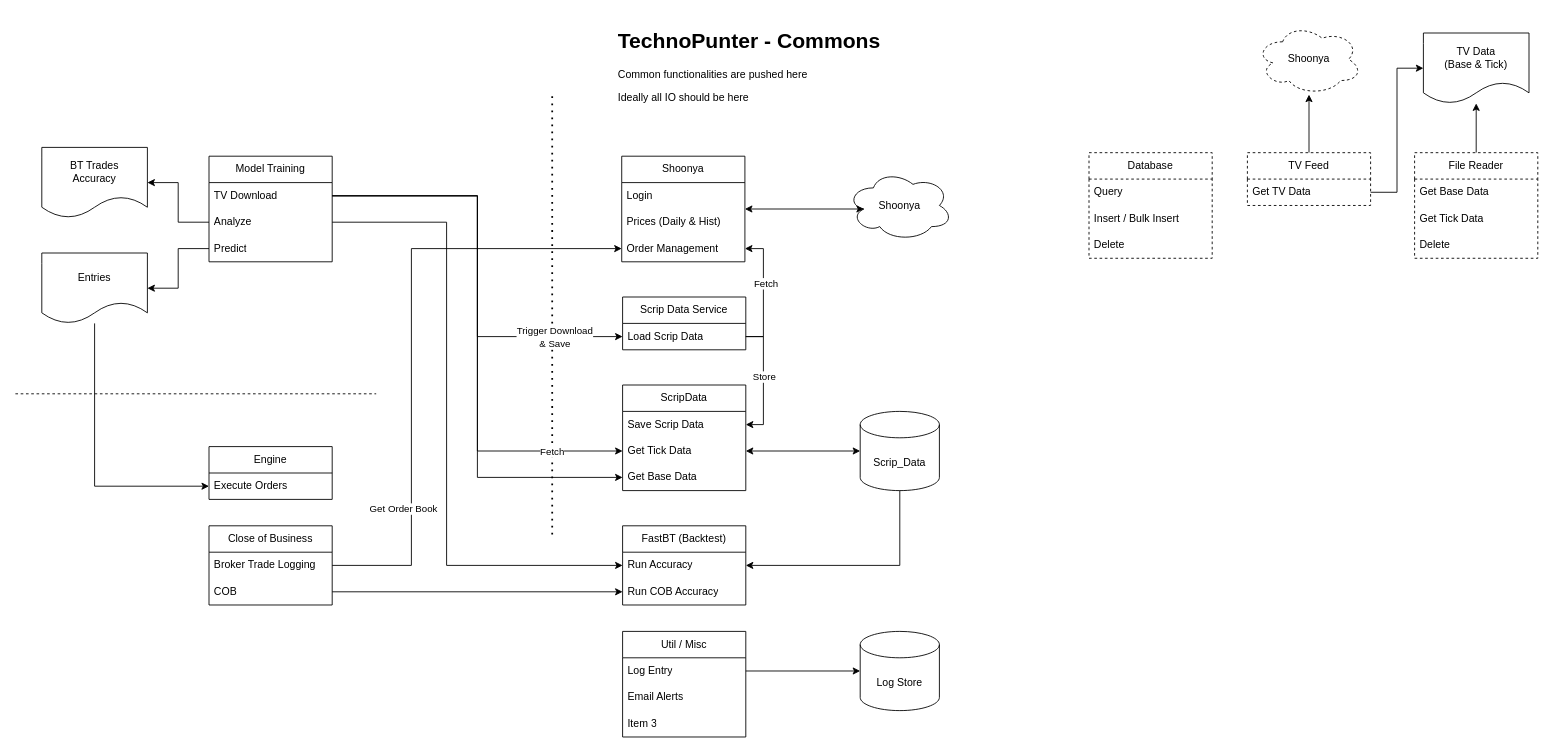
Earlier version of the draw.io diagram Techno Punter System Design.drawio (TechnoPunter/docs). Source tidied: cells renumbered, new cells numbered last; positions are measured from the earlier drawing's top-left corner, leaving out a move shared by most shapes. Both pictures are drawn from the tidied source at 88%, with x=0, y=0 at pixel (15, 24).
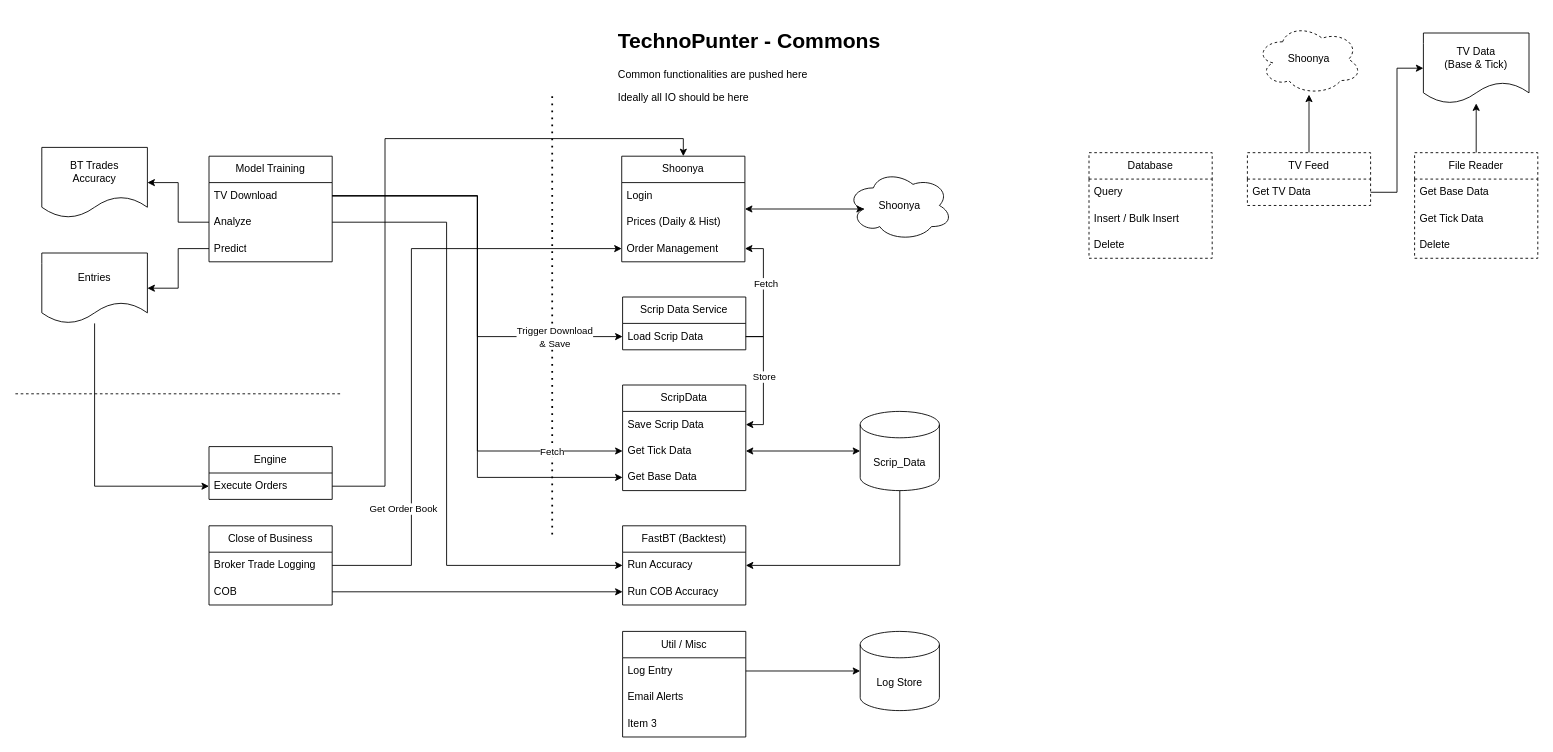
The same page after the edit.

Unchanged cells that the change refers to:
```xml
<mxCell id="2" value="Shoonya" style="swimlane;fontStyle=0;horizontal=1;startSize=30;whiteSpace=wrap;html=1;" parent="1" vertex="1">
  <mxGeometry x="689" y="150" width="140" height="120" as="geometry" />
</mxCell>
<mxCell id="63" value="Execute Orders" style="text;strokeColor=none;fillColor=none;align=left;verticalAlign=middle;spacingLeft=4;spacingRight=4;overflow=hidden;points=[[0,0.5],[1,0.5]];portConstraint=eastwest;whiteSpace=wrap;html=1;" parent="62" vertex="1">
  <mxGeometry y="30" width="140" height="30" as="geometry" />
</mxCell>
```

What changed in the source:
```diff
@@
     <mxCell id="70" style="endArrow=none;dashed=1;html=1;rounded=0;" parent="1" edge="1">
       <mxGeometry relative="1" as="geometry">
         <mxPoint y="420" as="sourcePoint" />
-        <mxPoint x="410" y="420" as="targetPoint" />
+        <mxPoint x="370" y="420" as="targetPoint" />
       </mxGeometry>
     </mxCell>
+    <mxCell id="71" style="edgeStyle=orthogonalEdgeStyle;rounded=0;jettySize=auto;html=1;entryX=0.5;entryY=0;entryDx=0;entryDy=0;" parent="1" edge="1" source="63" target="2">
+      <mxGeometry relative="1" as="geometry">
+        <Array as="points">
+          <mxPoint x="420" y="525" />
+          <mxPoint x="420" y="130" />
+          <mxPoint x="759" y="130" />
+        </Array>
+      </mxGeometry>
+    </mxCell>
```
